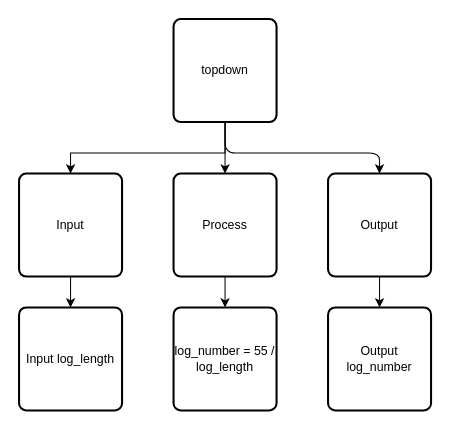
This is Unit1-01/Design/topdown.drawio from Samuel-Webster-178/ICS4U-Unit1-Samuel-Webster, a draw.io file, before an edit. Source tidied: cells renumbered, new cells numbered last; positions are measured from the earlier drawing's top-left corner, leaving out a move shared by most shapes. Both pictures are drawn from the tidied source at 103%, with x=0, y=0 at pixel (19, 19).
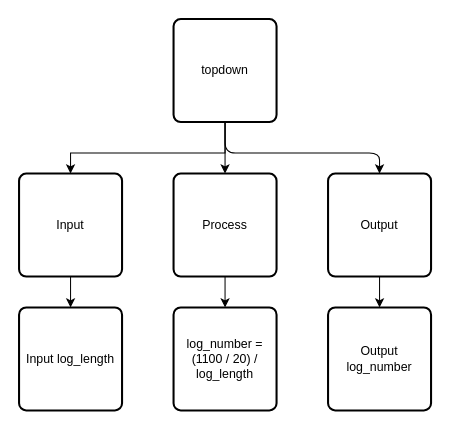
The same diagram, later.

The edit, as a diff of the source:
```diff
@@
 <mxGraphModel>
   <root>
     <mxCell id="0" />
     <mxCell id="1" parent="0" />
     <mxCell id="2" style="edgeStyle=none;html=1;" parent="1" edge="1" source="3" target="12">
       <mxGeometry relative="1" as="geometry" />
     </mxCell>
     <mxCell id="3" value="Input" style="rounded=1;whiteSpace=wrap;html=1;absoluteArcSize=1;arcSize=14;strokeWidth=2;" parent="1" vertex="1">
       <mxGeometry y="150" width="100" height="100" as="geometry" />
     </mxCell>
     <mxCell id="4" style="edgeStyle=none;html=1;" parent="1" edge="1" source="5" target="13">
       <mxGeometry relative="1" as="geometry" />
     </mxCell>
     <mxCell id="5" value="Process" style="rounded=1;whiteSpace=wrap;html=1;absoluteArcSize=1;arcSize=14;strokeWidth=2;" parent="1" vertex="1">
       <mxGeometry x="150" y="150" width="100" height="100" as="geometry" />
     </mxCell>
     <mxCell id="6" style="edgeStyle=none;html=1;" parent="1" edge="1" source="7" target="14">
       <mxGeometry relative="1" as="geometry" />
     </mxCell>
     <mxCell id="7" value="Output" style="rounded=1;whiteSpace=wrap;html=1;absoluteArcSize=1;arcSize=14;strokeWidth=2;" parent="1" vertex="1">
       <mxGeometry x="300" y="150" width="100" height="100" as="geometry" />
     </mxCell>
     <mxCell id="8" style="edgeStyle=none;html=1;entryX=0.5;entryY=0;entryDx=0;entryDy=0;" parent="1" edge="1" source="11" target="5">
       <mxGeometry relative="1" as="geometry" />
     </mxCell>
     <mxCell id="9" style="edgeStyle=none;html=1;entryX=0.5;entryY=0;entryDx=0;entryDy=0;rounded=0;" parent="1" edge="1" source="11" target="3">
       <mxGeometry relative="1" as="geometry">
         <Array as="points">
           <mxPoint x="200" y="130" />
           <mxPoint x="50" y="130" />
         </Array>
       </mxGeometry>
     </mxCell>
     <mxCell id="10" style="edgeStyle=none;html=1;entryX=0.5;entryY=0;entryDx=0;entryDy=0;" parent="1" edge="1" source="11" target="7">
       <mxGeometry relative="1" as="geometry">
         <Array as="points">
           <mxPoint x="200" y="130" />
           <mxPoint x="350" y="130" />
         </Array>
       </mxGeometry>
     </mxCell>
     <mxCell id="11" value="topdown" style="rounded=1;whiteSpace=wrap;html=1;absoluteArcSize=1;arcSize=14;strokeWidth=2;" parent="1" vertex="1">
       <mxGeometry x="150" width="100" height="100" as="geometry" />
     </mxCell>
     <mxCell id="12" value="Input log_length" style="rounded=1;whiteSpace=wrap;html=1;absoluteArcSize=1;arcSize=14;strokeWidth=2;" parent="1" vertex="1">
       <mxGeometry y="280" width="100" height="100" as="geometry" />
     </mxCell>
-    <mxCell id="13" value="log_number = 55 / log_length" style="rounded=1;whiteSpace=wrap;html=1;absoluteArcSize=1;arcSize=14;strokeWidth=2;" parent="1" vertex="1">
+    <mxCell id="13" value="log_number = (1100 / 20) / log_length" style="rounded=1;whiteSpace=wrap;html=1;absoluteArcSize=1;arcSize=14;strokeWidth=2;" parent="1" vertex="1">
       <mxGeometry x="150" y="280" width="100" height="100" as="geometry" />
     </mxCell>
     <mxCell id="14" value="Output log_number" style="rounded=1;whiteSpace=wrap;html=1;absoluteArcSize=1;arcSize=14;strokeWidth=2;" parent="1" vertex="1">
       <mxGeometry x="300" y="280" width="100" height="100" as="geometry" />
     </mxCell>
   </root>
 </mxGraphModel>
```
